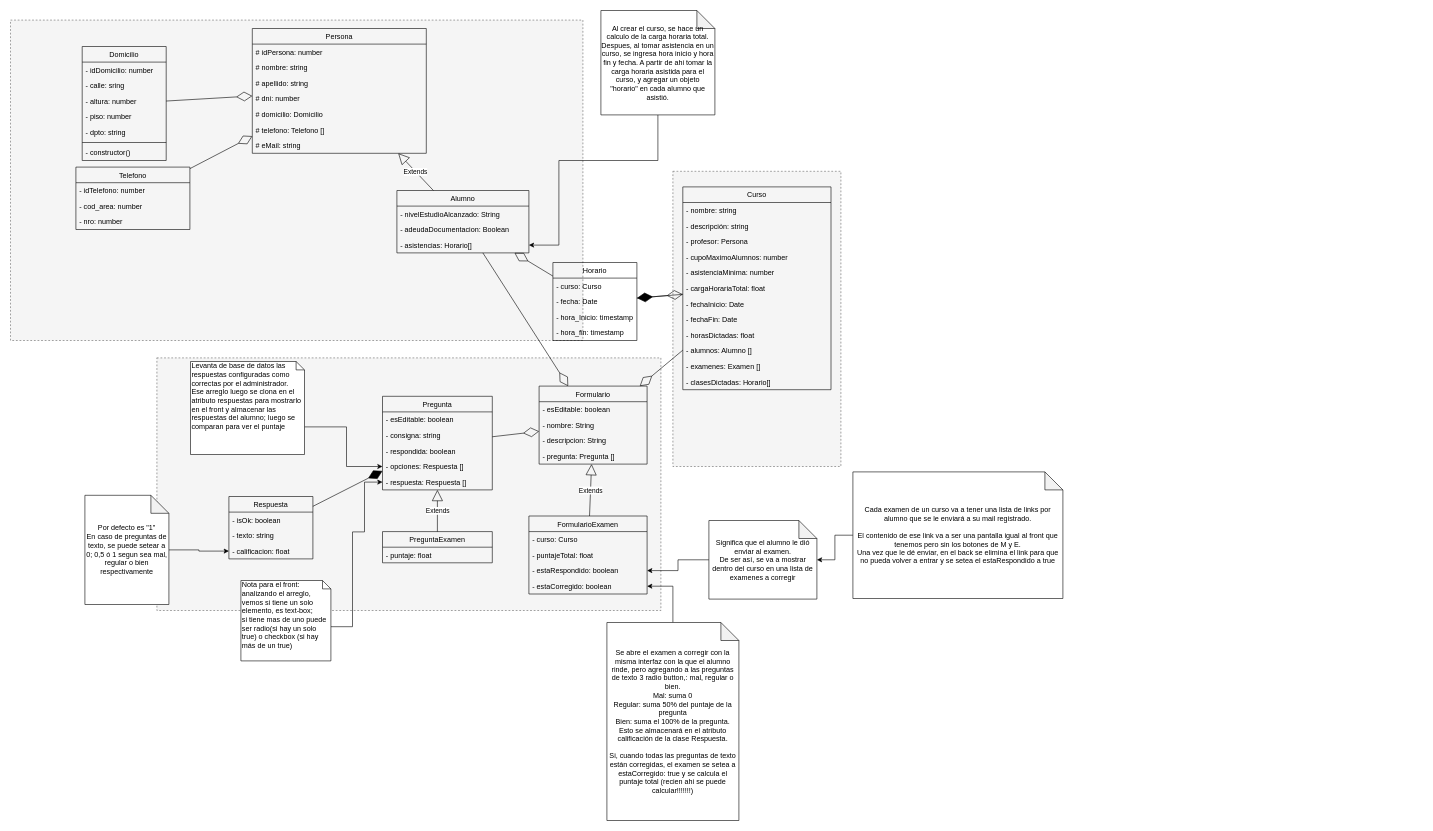
Earlier version of the draw.io diagram - UML/diagrama_proyecto_final.drawio (mariela21180/institucional-cfp). Source tidied: cells renumbered, new cells numbered last; positions are measured from the earlier drawing's top-left corner, leaving out a move shared by most shapes. Both pictures are drawn from the tidied source at 60%, with x=0, y=0 at pixel (10, 10).
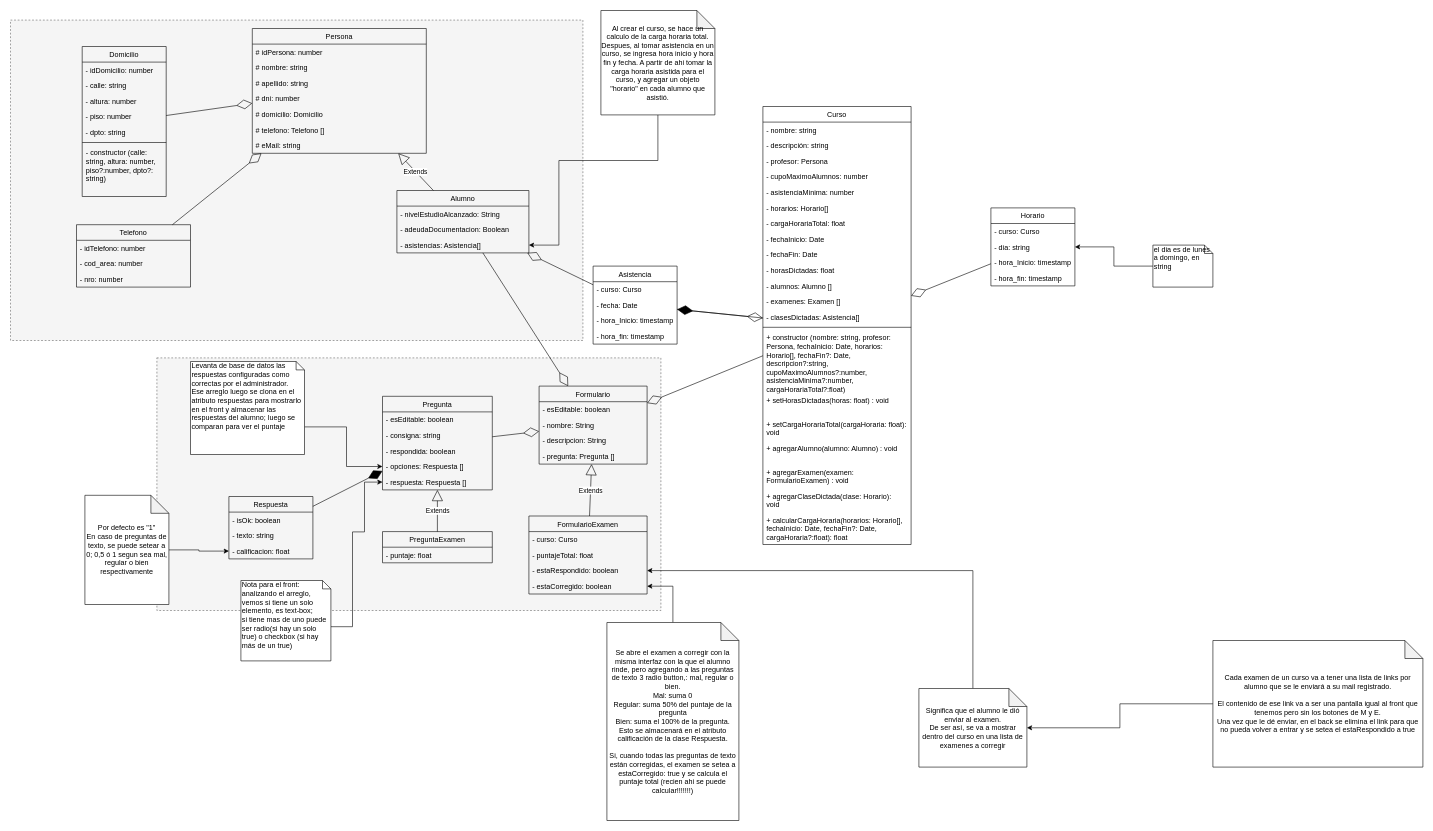
Above is the later version.

Commit message:
#1 - incorporacion de algunos constructores y metodos

Unchanged cells that the change refers to:
```xml
<mxCell id="18" value="Alumno" style="swimlane;fontStyle=0;horizontal=1;startSize=26;fillColor=none;" parent="1" vertex="1">
  <mxGeometry x="644" y="300" width="220" height="104" as="geometry" />
</mxCell>
```

Change to the diagram source:
```diff
@@
-    <mxCell id="2" style="rounded=0;whiteSpace=wrap;html=1;dashed=1;fillColor=#f5f5f5;strokeColor=#666666;fontColor=#333333;" parent="1" vertex="1">
-      <mxGeometry x="1104" y="268" width="280" height="492" as="geometry" />
-    </mxCell>
@@
     <mxCell id="5" value="Curso" style="swimlane;fontStyle=0;horizontal=1;startSize=26;fillColor=none;" parent="1" vertex="1">
-      <mxGeometry x="1120.5" y="294" width="247" height="338" as="geometry" />
+      <mxGeometry x="1254" y="160" width="247" height="730" as="geometry" />
     </mxCell>
@@
+    <mxCell id="95" value="- horarios: Horario[]" style="text;strokeColor=none;fillColor=none;align=left;verticalAlign=top;spacingLeft=4;spacingRight=4;overflow=hidden;" parent="5" vertex="1">
+      <mxGeometry y="156" width="247" height="26" as="geometry" />
+    </mxCell>
     <mxCell id="11" value="- cargaHorariaTotal: float" style="text;strokeColor=none;fillColor=none;align=left;verticalAlign=top;spacingLeft=4;spacingRight=4;overflow=hidden;" parent="5" vertex="1">
-      <mxGeometry y="156" width="247" height="26" as="geometry" />
+      <mxGeometry y="182" width="247" height="26" as="geometry" />
     </mxCell>
     <mxCell id="12" value="- fechaInicio: Date" style="text;strokeColor=none;fillColor=none;align=left;verticalAlign=top;spacingLeft=4;spacingRight=4;overflow=hidden;" parent="5" vertex="1">
-      <mxGeometry y="182" width="247" height="26" as="geometry" />
+      <mxGeometry y="208" width="247" height="26" as="geometry" />
     </mxCell>
     <mxCell id="13" value="- fechaFin: Date" style="text;strokeColor=none;fillColor=none;align=left;verticalAlign=top;spacingLeft=4;spacingRight=4;overflow=hidden;" parent="5" vertex="1">
-      <mxGeometry y="208" width="247" height="26" as="geometry" />
+      <mxGeometry y="234" width="247" height="26" as="geometry" />
     </mxCell>
     <mxCell id="14" value="- horasDictadas: float" style="text;strokeColor=none;fillColor=none;align=left;verticalAlign=top;spacingLeft=4;spacingRight=4;overflow=hidden;" parent="5" vertex="1">
-      <mxGeometry y="234" width="247" height="26" as="geometry" />
+      <mxGeometry y="260" width="247" height="26" as="geometry" />
     </mxCell>
     <mxCell id="15" value="- alumnos: Alumno []" style="text;strokeColor=none;fillColor=none;align=left;verticalAlign=top;spacingLeft=4;spacingRight=4;overflow=hidden;" parent="5" vertex="1">
-      <mxGeometry y="260" width="247" height="26" as="geometry" />
+      <mxGeometry y="286" width="247" height="26" as="geometry" />
     </mxCell>
     <mxCell id="16" value="- examenes: Examen []" style="text;strokeColor=none;fillColor=none;align=left;verticalAlign=top;spacingLeft=4;spacingRight=4;overflow=hidden;" parent="5" vertex="1">
-      <mxGeometry y="286" width="247" height="26" as="geometry" />
+      <mxGeometry y="312" width="247" height="26" as="geometry" />
     </mxCell>
+    <mxCell id="96" value="- clasesDictadas: Asistencia[]" style="text;strokeColor=none;fillColor=none;align=left;verticalAlign=top;spacingLeft=4;spacingRight=4;overflow=hidden;" parent="5" vertex="1">
+      <mxGeometry y="338" width="247" height="26" as="geometry" />
+    </mxCell>
+    <mxCell id="97" style="line;strokeWidth=1;fillColor=none;align=left;verticalAlign=middle;spacingTop=-1;spacingLeft=3;spacingRight=3;labelPosition=right;" parent="5" vertex="1">
+      <mxGeometry y="364" width="247" height="8" as="geometry" />
+    </mxCell>
-    <mxCell id="17" value="- clasesDictadas: Horario[]" style="text;strokeColor=none;fillColor=none;align=left;verticalAlign=top;spacingLeft=4;spacingRight=4;overflow=hidden;" parent="5" vertex="1">
-      <mxGeometry y="312" width="247" height="26" as="geometry" />
+    <mxCell id="17" value="+ constructor (nombre: string, profesor: Persona, fechaInicio: Date, horarios: Horario[], fechaFin?: Date, descripcion?:string, cupoMaximoAlumnos?:number, asistenciaMinima?:number, cargaHorariaTotal?:float)" style="text;strokeColor=none;fillColor=none;align=left;verticalAlign=top;spacingLeft=4;spacingRight=4;overflow=hidden;whiteSpace=wrap;" parent="5" vertex="1">
+      <mxGeometry y="372" width="247" height="104" as="geometry" />
     </mxCell>
+    <mxCell id="98" value="+ setHorasDictadas(horas: float) : void " style="text;strokeColor=none;fillColor=none;align=left;verticalAlign=top;spacingLeft=4;spacingRight=4;overflow=hidden;whiteSpace=wrap;" parent="5" vertex="1">
+      <mxGeometry y="476" width="247" height="40" as="geometry" />
+    </mxCell>
+    <mxCell id="99" value="+ setCargaHorariaTotal(cargaHoraria: float): void" style="text;strokeColor=none;fillColor=none;align=left;verticalAlign=top;spacingLeft=4;spacingRight=4;overflow=hidden;whiteSpace=wrap;" parent="5" vertex="1">
+      <mxGeometry y="516" width="247" height="40" as="geometry" />
+    </mxCell>
+    <mxCell id="100" value="+ agregarAlumno(alumno: Alumno) : void " style="text;strokeColor=none;fillColor=none;align=left;verticalAlign=top;spacingLeft=4;spacingRight=4;overflow=hidden;whiteSpace=wrap;" parent="5" vertex="1">
+      <mxGeometry y="556" width="247" height="40" as="geometry" />
+    </mxCell>
+    <mxCell id="101" value="+ agregarExamen(examen: FormularioExamen) : void " style="text;strokeColor=none;fillColor=none;align=left;verticalAlign=top;spacingLeft=4;spacingRight=4;overflow=hidden;whiteSpace=wrap;" parent="5" vertex="1">
+      <mxGeometry y="596" width="247" height="40" as="geometry" />
+    </mxCell>
+    <mxCell id="102" value="+ agregarClaseDictada(clase: Horario): void " style="text;strokeColor=none;fillColor=none;align=left;verticalAlign=top;spacingLeft=4;spacingRight=4;overflow=hidden;whiteSpace=wrap;" parent="5" vertex="1">
+      <mxGeometry y="636" width="247" height="40" as="geometry" />
+    </mxCell>
+    <mxCell id="103" value="+ calcularCargaHoraria(horarios: Horario[], fechaInicio: Date, fechaFin?: Date, cargaHoraria?:float): float " style="text;strokeColor=none;fillColor=none;align=left;verticalAlign=top;spacingLeft=4;spacingRight=4;overflow=hidden;whiteSpace=wrap;" parent="5" vertex="1">
+      <mxGeometry y="676" width="247" height="54" as="geometry" />
+    </mxCell>
@@
-    <mxCell id="21" value="- asistencias: Horario[]" style="text;strokeColor=none;fillColor=none;align=left;verticalAlign=top;spacingLeft=4;spacingRight=4;overflow=hidden;points=[[0,0.5],[1,0.5]];portConstraint=eastwest;" parent="18" vertex="1">
+    <mxCell id="21" value="- asistencias: Asistencia[]" style="text;strokeColor=none;fillColor=none;align=left;verticalAlign=top;spacingLeft=4;spacingRight=4;overflow=hidden;points=[[0,0.5],[1,0.5]];portConstraint=eastwest;" parent="18" vertex="1">
       <mxGeometry y="78" width="220" height="26" as="geometry" />
     </mxCell>
@@
     <mxCell id="46" value="Domicilio" style="swimlane;fontStyle=0;horizontal=1;startSize=26;fillColor=none;" parent="1" vertex="1">
-      <mxGeometry x="119.5" y="60" width="140" height="190" as="geometry" />
+      <mxGeometry x="119.5" y="60" width="140" height="250" as="geometry" />
     </mxCell>
@@
-    <mxCell id="48" value="- calle: sring" style="text;strokeColor=none;fillColor=none;align=left;verticalAlign=top;spacingLeft=4;spacingRight=4;overflow=hidden;" parent="46" vertex="1">
+    <mxCell id="48" value="- calle: string" style="text;strokeColor=none;fillColor=none;align=left;verticalAlign=top;spacingLeft=4;spacingRight=4;overflow=hidden;" parent="46" vertex="1">
       <mxGeometry y="52" width="140" height="26" as="geometry" />
     </mxCell>
@@
-    <mxCell id="53" value="- constructor()" style="text;strokeColor=none;fillColor=none;align=left;verticalAlign=top;spacingLeft=4;spacingRight=4;overflow=hidden;" parent="46" vertex="1">
-      <mxGeometry y="164" width="140" height="26" as="geometry" />
+    <mxCell id="53" value="- constructor (calle: string, altura: number, piso?:number, dpto?: string)" style="text;strokeColor=none;fillColor=none;align=left;verticalAlign=top;spacingLeft=4;spacingRight=4;overflow=hidden;whiteSpace=wrap;" parent="46" vertex="1">
+      <mxGeometry y="164" width="140" height="86" as="geometry" />
     </mxCell>
     <mxCell id="54" value="Telefono" style="swimlane;fontStyle=0;horizontal=1;startSize=26;fillColor=none;" parent="1" vertex="1">
-      <mxGeometry x="109" y="261" width="190" height="104" as="geometry" />
+      <mxGeometry x="110" y="357" width="190" height="104" as="geometry" />
     </mxCell>
@@
-    <mxCell id="60" value="Horario" style="swimlane;fontStyle=0;horizontal=1;startSize=26;fillColor=none;" parent="1" vertex="1">
-      <mxGeometry x="904" y="420" width="140" height="130" as="geometry" />
+    <mxCell id="60" value="Asistencia" style="swimlane;fontStyle=0;horizontal=1;startSize=26;fillColor=none;" parent="1" vertex="1">
+      <mxGeometry x="971" y="426" width="140" height="130" as="geometry" />
     </mxCell>
@@
     <mxCell id="86" value="Significa que el alumno le dió enviar al examen.&lt;br&gt;De ser así, se va a mostrar dentro del curso en una lista de examenes a corregir" style="shape=note;whiteSpace=wrap;html=1;backgroundOutline=1;darkOpacity=0.05;" parent="1" vertex="1">
-      <mxGeometry x="1164" y="850" width="180" height="131" as="geometry" />
+      <mxGeometry x="1514" y="1130" width="180" height="131" as="geometry" />
     </mxCell>
@@
     <mxCell id="90" value="Cada examen de un curso va a tener una lista de links por alumno que se le enviará a su mail registrado.&lt;br&gt;&lt;br&gt;El contenido de ese link va a ser una pantalla igual al front que tenemos pero sin los botones de M y E.&lt;br&gt;Una vez que le dé enviar, en el back se elimina el link para que no pueda volver a entrar y se setea el estaRespondido a true" style="shape=note;whiteSpace=wrap;html=1;backgroundOutline=1;darkOpacity=0.05;" parent="1" vertex="1">
-      <mxGeometry x="1404" y="769" width="350" height="211" as="geometry" />
+      <mxGeometry x="2004" y="1050" width="350" height="211" as="geometry" />
     </mxCell>
@@
+    <mxCell id="104" value="Horario" style="swimlane;fontStyle=0;horizontal=1;startSize=26;fillColor=none;" parent="1" vertex="1">
+      <mxGeometry x="1634" y="329" width="140" height="130" as="geometry" />
+    </mxCell>
+    <mxCell id="105" value="- curso: Curso" style="text;strokeColor=none;fillColor=none;align=left;verticalAlign=top;spacingLeft=4;spacingRight=4;overflow=hidden;" parent="104" vertex="1">
+      <mxGeometry y="26" width="140" height="26" as="geometry" />
+    </mxCell>
+    <mxCell id="106" value="- dia: string" style="text;strokeColor=none;fillColor=none;align=left;verticalAlign=top;spacingLeft=4;spacingRight=4;overflow=hidden;" parent="104" vertex="1">
+      <mxGeometry y="52" width="140" height="26" as="geometry" />
+    </mxCell>
+    <mxCell id="107" value="- hora_Inicio: timestamp" style="text;strokeColor=none;fillColor=none;align=left;verticalAlign=top;spacingLeft=4;spacingRight=4;overflow=hidden;" parent="104" vertex="1">
+      <mxGeometry y="78" width="140" height="26" as="geometry" />
+    </mxCell>
+    <mxCell id="108" value="- hora_fin: timestamp" style="text;strokeColor=none;fillColor=none;align=left;verticalAlign=top;spacingLeft=4;spacingRight=4;overflow=hidden;" parent="104" vertex="1">
+      <mxGeometry y="104" width="140" height="26" as="geometry" />
+    </mxCell>
+    <mxCell id="109" style="endArrow=diamondThin;endFill=0;endSize=24;html=1;" parent="1" edge="1" source="104" target="5">
+      <mxGeometry relative="1" as="geometry" />
+    </mxCell>
+    <mxCell id="110" style="edgeStyle=orthogonalEdgeStyle;rounded=0;jettySize=auto;html=1;" parent="1" edge="1" source="111" target="104">
+      <mxGeometry relative="1" as="geometry" />
+    </mxCell>
+    <mxCell id="111" value="el dia es de lunes a domingo, en string" style="shape=note;whiteSpace=wrap;html=1;size=14;verticalAlign=top;align=left;spacingTop=-6;" parent="1" vertex="1">
+      <mxGeometry x="1904" y="391" width="100" height="70" as="geometry" />
+    </mxCell>
```
